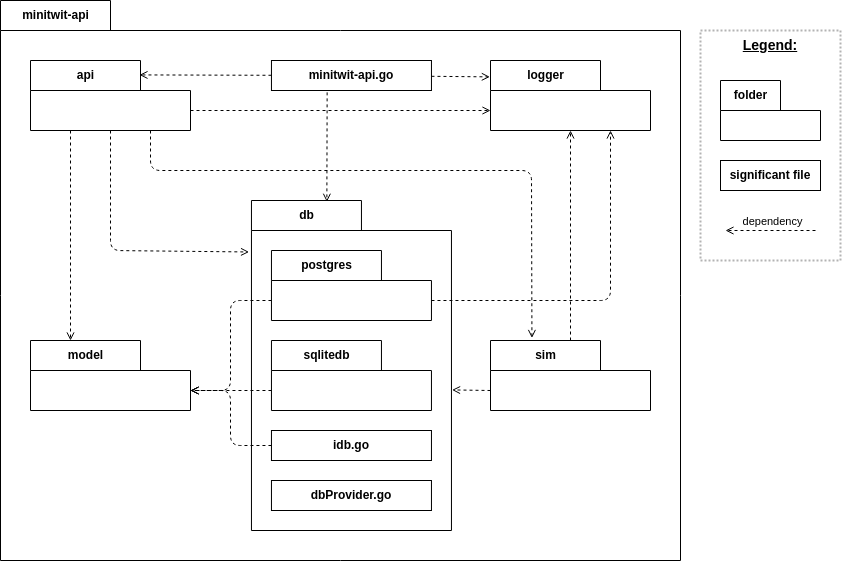
This is report/diagrams/module-view--minitwit-web-app.drawio.png from Eagles-DevOps/MiniTwit, a draw.io export, as it was before one commit. Source tidied: cells renumbered, new cells last; positions are measured from the earlier drawing's top-left corner, leaving out a move shared by most shapes.
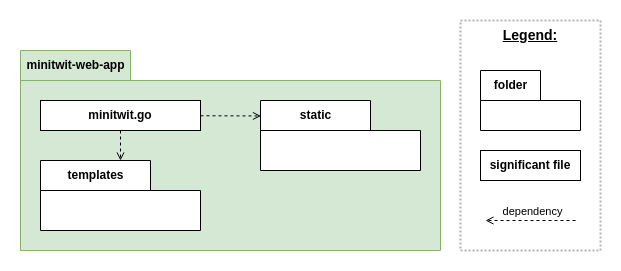
Later version of the same file.

Change to the diagram source:
```diff
@@ -2,171 +2,72 @@
   <root>
     <mxCell id="0" />
     <mxCell id="1" parent="0" />
-    <mxCell id="2" value="minitwit-api" style="shape=folder;fontStyle=1;tabWidth=110;tabHeight=30;tabPosition=left;html=1;boundedLbl=1;labelInHeader=1;" parent="1" vertex="1">
-      <mxGeometry width="680" height="560" as="geometry" />
-    </mxCell>
-    <mxCell id="3" style="html=1;strokeColor=none;fillColor=none;" parent="2" vertex="1">
-      <mxGeometry width="680" height="280" relative="1" as="geometry">
-        <mxPoint y="30" as="offset" />
-      </mxGeometry>
-    </mxCell>
-    <mxCell id="4" value="db" style="shape=folder;fontStyle=1;tabWidth=110;tabHeight=30;tabPosition=left;html=1;boundedLbl=1;labelInHeader=1;" parent="1" vertex="1">
-      <mxGeometry x="251" y="200" width="200" height="330" as="geometry" />
-    </mxCell>
-    <mxCell id="5" style="html=1;strokeColor=none;fillColor=none;" parent="4" vertex="1">
-      <mxGeometry width="200" height="280.5" relative="1" as="geometry">
-        <mxPoint y="30" as="offset" />
-      </mxGeometry>
-    </mxCell>
-    <mxCell id="6" value="postgres" style="shape=folder;fontStyle=1;tabWidth=110;tabHeight=30;tabPosition=left;html=1;boundedLbl=1;labelInHeader=1;" parent="1" vertex="1">
-      <mxGeometry x="271" y="250" width="160" height="70" as="geometry" />
-    </mxCell>
-    <mxCell id="7" style="html=1;strokeColor=none;fillColor=none;" parent="6" vertex="1">
-      <mxGeometry width="160" height="35" relative="1" as="geometry">
-        <mxPoint y="30" as="offset" />
-      </mxGeometry>
-    </mxCell>
-    <mxCell id="8" value="sqlitedb" style="shape=folder;fontStyle=1;tabWidth=110;tabHeight=30;tabPosition=left;html=1;boundedLbl=1;labelInHeader=1;" parent="1" vertex="1">
-      <mxGeometry x="271" y="340" width="160" height="70" as="geometry" />
-    </mxCell>
-    <mxCell id="9" style="html=1;strokeColor=none;fillColor=none;" parent="8" vertex="1">
-      <mxGeometry width="160" height="35" relative="1" as="geometry">
-        <mxPoint y="30" as="offset" />
-      </mxGeometry>
-    </mxCell>
-    <mxCell id="10" style="endArrow=open;html=1;dashed=1;endFill=0;entryX=0.75;entryY=1;entryDx=0;entryDy=0;entryPerimeter=0;exitX=0;exitY=0;exitDx=160;exitDy=50;exitPerimeter=0;" parent="1" edge="1" source="6" target="11">
-      <mxGeometry relative="1" as="geometry">
-        <Array as="points">
-          <mxPoint x="610" y="300" />
-        </Array>
-      </mxGeometry>
-    </mxCell>
-    <mxCell id="11" value="logger" style="shape=folder;fontStyle=1;tabWidth=110;tabHeight=30;tabPosition=left;html=1;boundedLbl=1;labelInHeader=1;" parent="1" vertex="1">
-      <mxGeometry x="490" y="60" width="160" height="70" as="geometry" />
-    </mxCell>
-    <mxCell id="12" style="html=1;strokeColor=none;fillColor=none;" parent="11" vertex="1">
-      <mxGeometry width="160" height="35" relative="1" as="geometry">
-        <mxPoint y="30" as="offset" />
-      </mxGeometry>
-    </mxCell>
-    <mxCell id="13" value="model" style="shape=folder;fontStyle=1;tabWidth=110;tabHeight=30;tabPosition=left;html=1;boundedLbl=1;labelInHeader=1;" parent="1" vertex="1">
-      <mxGeometry x="30" y="340" width="160" height="70" as="geometry" />
-    </mxCell>
-    <mxCell id="14" style="html=1;strokeColor=none;fillColor=none;" parent="13" vertex="1">
-      <mxGeometry width="160" height="35" relative="1" as="geometry">
-        <mxPoint y="30" as="offset" />
-      </mxGeometry>
-    </mxCell>
-    <mxCell id="15" style="endArrow=open;html=1;dashed=1;endFill=0;entryX=0;entryY=0;entryDx=160;entryDy=50;entryPerimeter=0;exitX=0;exitY=0;exitDx=0;exitDy=50;exitPerimeter=0;" parent="1" edge="1" source="6" target="13">
-      <mxGeometry relative="1" as="geometry">
-        <Array as="points">
-          <mxPoint x="230" y="300" />
-          <mxPoint x="230" y="390" />
-        </Array>
-      </mxGeometry>
-    </mxCell>
-    <mxCell id="16" value="api" style="shape=folder;fontStyle=1;tabWidth=110;tabHeight=30;tabPosition=left;html=1;boundedLbl=1;labelInHeader=1;" parent="1" vertex="1">
-      <mxGeometry x="30" y="60" width="160" height="70" as="geometry" />
-    </mxCell>
-    <mxCell id="17" style="html=1;strokeColor=none;fillColor=none;" parent="16" vertex="1">
-      <mxGeometry width="160" height="35" relative="1" as="geometry">
-        <mxPoint y="30" as="offset" />
-      </mxGeometry>
-    </mxCell>
-    <mxCell id="18" style="endArrow=open;html=1;dashed=1;endFill=0;entryX=0;entryY=0;entryDx=0;entryDy=50;entryPerimeter=0;exitX=0;exitY=0;exitDx=160;exitDy=50;exitPerimeter=0;" parent="1" edge="1" source="16" target="11">
-      <mxGeometry relative="1" as="geometry" />
-    </mxCell>
-    <mxCell id="19" value="sim" style="shape=folder;fontStyle=1;tabWidth=110;tabHeight=30;tabPosition=left;html=1;boundedLbl=1;labelInHeader=1;" parent="1" vertex="1">
-      <mxGeometry x="490" y="340" width="160" height="70" as="geometry" />
-    </mxCell>
-    <mxCell id="20" style="html=1;strokeColor=none;fillColor=none;" parent="19" vertex="1">
-      <mxGeometry width="160" height="35" relative="1" as="geometry">
-        <mxPoint y="30" as="offset" />
-      </mxGeometry>
-    </mxCell>
-    <mxCell id="21" style="endArrow=open;html=1;dashed=1;endFill=0;entryX=-0.012;entryY=0.156;entryDx=0;entryDy=0;entryPerimeter=0;" parent="1" edge="1" source="16" target="4">
-      <mxGeometry relative="1" as="geometry">
-        <Array as="points">
-          <mxPoint x="110" y="250" />
-        </Array>
-      </mxGeometry>
-    </mxCell>
-    <mxCell id="22" style="endArrow=open;html=1;dashed=1;endFill=0;exitX=0.75;exitY=1;exitDx=0;exitDy=0;exitPerimeter=0;entryX=0.259;entryY=-0.036;entryDx=0;entryDy=0;entryPerimeter=0;" parent="1" edge="1" source="16" target="19">
-      <mxGeometry relative="1" as="geometry">
-        <Array as="points">
-          <mxPoint x="150" y="170" />
-          <mxPoint x="531" y="170" />
-        </Array>
-      </mxGeometry>
-    </mxCell>
-    <mxCell id="23" style="endArrow=open;html=1;dashed=1;endFill=0;exitX=0.25;exitY=1;exitDx=0;exitDy=0;exitPerimeter=0;entryX=0.25;entryY=0;entryDx=0;entryDy=0;entryPerimeter=0;" parent="1" edge="1" source="16" target="13">
-      <mxGeometry relative="1" as="geometry" />
-    </mxCell>
-    <mxCell id="24" value="idb.go" style="rounded=0;whiteSpace=wrap;html=1;fontStyle=1;" parent="1" vertex="1">
-      <mxGeometry x="271" y="430" width="160" height="30" as="geometry" />
-    </mxCell>
-    <mxCell id="25" value="dbProvider.go" style="rounded=0;whiteSpace=wrap;html=1;fontStyle=1;" parent="1" vertex="1">
-      <mxGeometry x="271" y="480" width="160" height="30" as="geometry" />
-    </mxCell>
-    <mxCell id="26" style="endArrow=open;html=1;dashed=1;endFill=0;exitX=0;exitY=0;exitDx=0;exitDy=50;exitPerimeter=0;entryX=0;entryY=0;entryDx=160;entryDy=50;entryPerimeter=0;" parent="1" edge="1" source="8" target="13">
-      <mxGeometry relative="1" as="geometry" />
-    </mxCell>
-    <mxCell id="27" style="endArrow=open;html=1;dashed=1;endFill=0;entryX=0;entryY=0;entryDx=160;entryDy=50;entryPerimeter=0;" parent="1" edge="1" source="24" target="13">
-      <mxGeometry relative="1" as="geometry">
-        <Array as="points">
-          <mxPoint x="230" y="445" />
-          <mxPoint x="230" y="390" />
-        </Array>
-      </mxGeometry>
-    </mxCell>
-    <mxCell id="28" value="minitwit-api.go" style="rounded=0;whiteSpace=wrap;html=1;fontStyle=1;" parent="1" vertex="1">
-      <mxGeometry x="271" y="60" width="160" height="30" as="geometry" />
-    </mxCell>
-    <mxCell id="29" style="endArrow=open;html=1;dashed=1;endFill=0;exitX=0;exitY=0;exitDx=0;exitDy=50;exitPerimeter=0;entryX=1.003;entryY=0.574;entryDx=0;entryDy=0;entryPerimeter=0;" parent="1" edge="1" source="19" target="4">
-      <mxGeometry relative="1" as="geometry" />
-    </mxCell>
-    <mxCell id="30" style="endArrow=open;html=1;dashed=1;endFill=0;" parent="1" edge="1" source="19" target="11">
-      <mxGeometry relative="1" as="geometry" />
-    </mxCell>
-    <mxCell id="31" style="endArrow=open;html=1;dashed=1;endFill=0;entryX=0.681;entryY=0.206;entryDx=0;entryDy=0;entryPerimeter=0;" parent="1" edge="1" source="28" target="16">
-      <mxGeometry relative="1" as="geometry" />
-    </mxCell>
-    <mxCell id="32" style="endArrow=open;html=1;dashed=1;endFill=0;entryX=0.377;entryY=0.004;entryDx=0;entryDy=0;entryPerimeter=0;exitX=0.348;exitY=1.062;exitDx=0;exitDy=0;exitPerimeter=0;" parent="1" edge="1" source="28" target="4">
-      <mxGeometry relative="1" as="geometry" />
-    </mxCell>
-    <mxCell id="33" style="endArrow=open;html=1;dashed=1;endFill=0;entryX=-0.004;entryY=0.234;entryDx=0;entryDy=0;entryPerimeter=0;" parent="1" edge="1" source="28" target="11">
-      <mxGeometry relative="1" as="geometry" />
-    </mxCell>
-    <mxCell id="34" style="group;" parent="1" vertex="1">
-      <mxGeometry x="700" y="30" width="140" height="230" as="geometry" />
-    </mxCell>
+    <mxCell id="42" style="rounded=0;whiteSpace=wrap;html=1;strokeColor=none;" parent="1" vertex="1">
+      <mxGeometry x="45" y="180" width="620" height="270" as="geometry" />
+    </mxCell>
+    <mxCell id="43" value="minitwit-web-app" style="shape=folder;fontStyle=1;tabWidth=110;tabHeight=30;tabPosition=left;html=1;boundedLbl=1;labelInHeader=1;fillColor=#d5e8d4;strokeColor=#82b366;" parent="1" vertex="1">
+      <mxGeometry x="65" y="230" width="420" height="200" as="geometry" />
+    </mxCell>
+    <mxCell id="44" style="html=1;strokeColor=none;fillColor=none;" parent="43" vertex="1">
+      <mxGeometry width="420" height="100" relative="1" as="geometry">
+        <mxPoint y="30" as="offset" />
+      </mxGeometry>
+    </mxCell>
+    <mxCell id="45" style="group;" parent="1" vertex="1">
+      <mxGeometry x="505" y="200" width="140" height="230" as="geometry" />
+    </mxCell>
-    <mxCell id="35" style="rounded=0;whiteSpace=wrap;html=1;dashed=1;dashPattern=1 1;strokeWidth=2;strokeColor=#B3B3B3;" parent="34" vertex="1">
+    <mxCell id="35" style="rounded=0;whiteSpace=wrap;html=1;dashed=1;dashPattern=1 1;strokeWidth=2;strokeColor=#B3B3B3;" parent="45" vertex="1">
       <mxGeometry width="140" height="230" as="geometry" />
     </mxCell>
-    <mxCell id="36" value="folder" style="shape=folder;fontStyle=1;tabWidth=60;tabHeight=30;tabPosition=left;html=1;boundedLbl=1;labelInHeader=1;" parent="34" vertex="1">
+    <mxCell id="36" value="folder" style="shape=folder;fontStyle=1;tabWidth=60;tabHeight=30;tabPosition=left;html=1;boundedLbl=1;labelInHeader=1;" parent="45" vertex="1">
       <mxGeometry x="20" y="50" width="100" height="60" as="geometry" />
     </mxCell>
-    <mxCell id="37" style="html=1;strokeColor=none;fillColor=none;" parent="36" vertex="1">
-      <mxGeometry width="100" height="42" relative="1" as="geometry">
-        <mxPoint y="30" as="offset" />
-      </mxGeometry>
-    </mxCell>
+    <mxCell id="46" style="html=1;strokeColor=none;fillColor=none;" parent="36" vertex="1">
+      <mxGeometry width="100" height="42" relative="1" as="geometry">
+        <mxPoint y="30" as="offset" />
+      </mxGeometry>
+    </mxCell>
-    <mxCell id="38" value="significant file" style="rounded=0;whiteSpace=wrap;html=1;fontStyle=1;" parent="34" vertex="1">
+    <mxCell id="38" value="significant file" style="rounded=0;whiteSpace=wrap;html=1;fontStyle=1;" parent="45" vertex="1">
       <mxGeometry x="20" y="130" width="100" height="30" as="geometry" />
     </mxCell>
-    <mxCell id="39" value="Legend:" style="text;html=1;strokeColor=none;fillColor=none;align=center;verticalAlign=middle;whiteSpace=wrap;rounded=0;fontSize=14;fontStyle=5;" parent="34" vertex="1">
+    <mxCell id="39" value="Legend:" style="text;html=1;strokeColor=none;fillColor=none;align=center;verticalAlign=middle;whiteSpace=wrap;rounded=0;fontSize=14;fontStyle=5;" parent="45" vertex="1">
       <mxGeometry x="40" width="60" height="30" as="geometry" />
     </mxCell>
-    <mxCell id="40" style="endArrow=open;html=1;dashed=1;endFill=0;" parent="34" edge="1">
-      <mxGeometry relative="1" as="geometry">
-        <mxPoint x="115" y="200" as="sourcePoint" />
-        <mxPoint x="25" y="200" as="targetPoint" />
-      </mxGeometry>
-    </mxCell>
+    <mxCell id="47" style="endArrow=open;html=1;dashed=1;endFill=0;" parent="45" edge="1">
+      <mxGeometry relative="1" as="geometry">
+        <mxPoint x="115" y="200" as="sourcePoint" />
+        <mxPoint x="25" y="200" as="targetPoint" />
+      </mxGeometry>
+    </mxCell>
-    <mxCell id="41" value="dependency" style="edgeLabel;html=1;align=center;verticalAlign=middle;" parent="40" vertex="1">
+    <mxCell id="41" value="dependency" style="edgeLabel;html=1;align=center;verticalAlign=middle;" parent="47" vertex="1">
       <mxGeometry x="0.32" y="1" relative="1" as="geometry">
         <mxPoint x="15" y="-11" as="offset" />
       </mxGeometry>
     </mxCell>
+    <mxCell id="48" value="minitwit.go" style="rounded=0;whiteSpace=wrap;html=1;fontStyle=1;" parent="1" vertex="1">
+      <mxGeometry x="85" y="280" width="160" height="30" as="geometry" />
+    </mxCell>
+    <mxCell id="49" value="static" style="shape=folder;fontStyle=1;tabWidth=110;tabHeight=30;tabPosition=left;html=1;boundedLbl=1;labelInHeader=1;" parent="1" vertex="1">
+      <mxGeometry x="305" y="280" width="160" height="70" as="geometry" />
+    </mxCell>
+    <mxCell id="50" style="html=1;strokeColor=none;fillColor=none;" parent="49" vertex="1">
+      <mxGeometry width="160" height="35" relative="1" as="geometry">
+        <mxPoint y="30" as="offset" />
+      </mxGeometry>
+    </mxCell>
+    <mxCell id="51" style="endArrow=open;html=1;dashed=1;endFill=0;entryX=0.003;entryY=0.221;entryDx=0;entryDy=0;entryPerimeter=0;" parent="1" edge="1" source="48" target="49">
+      <mxGeometry relative="1" as="geometry" />
+    </mxCell>
+    <mxCell id="52" value="templates" style="shape=folder;fontStyle=1;tabWidth=110;tabHeight=30;tabPosition=left;html=1;boundedLbl=1;labelInHeader=1;" parent="1" vertex="1">
+      <mxGeometry x="85" y="340" width="160" height="70" as="geometry" />
+    </mxCell>
+    <mxCell id="53" style="html=1;strokeColor=none;fillColor=none;" parent="52" vertex="1">
+      <mxGeometry width="160" height="35" relative="1" as="geometry">
+        <mxPoint y="30" as="offset" />
+      </mxGeometry>
+    </mxCell>
+    <mxCell id="54" style="endArrow=open;html=1;dashed=1;endFill=0;" parent="1" edge="1" source="48" target="52">
+      <mxGeometry relative="1" as="geometry" />
+    </mxCell>
   </root>
 </mxGraphModel>
```
